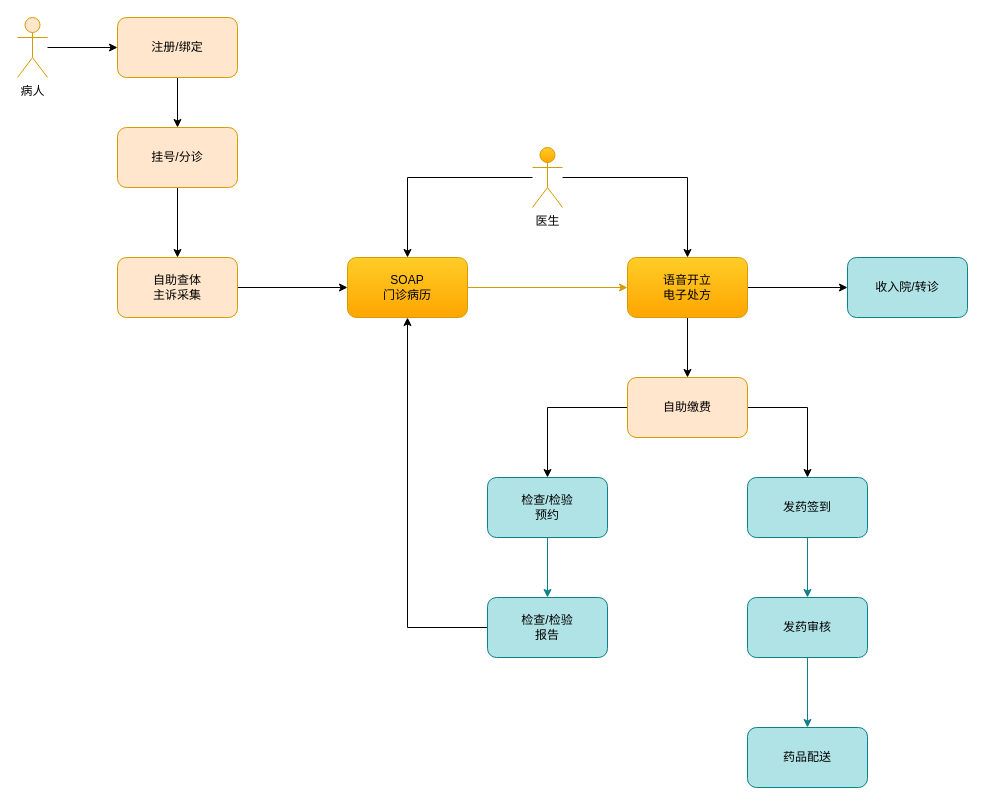
The draw.io diagram page "就诊流程图" (2 of 2) of draws/门诊电子病历互联网医院设计.drawio in hebzhjg/ntl2020, before the edit. Source tidied: cells renumbered, new cells numbered last; positions are measured from the earlier drawing's top-left corner, leaving out a move shared by most shapes. Both pictures are drawn from the tidied source at 100%, with x=0, y=0 at pixel (17, 17).
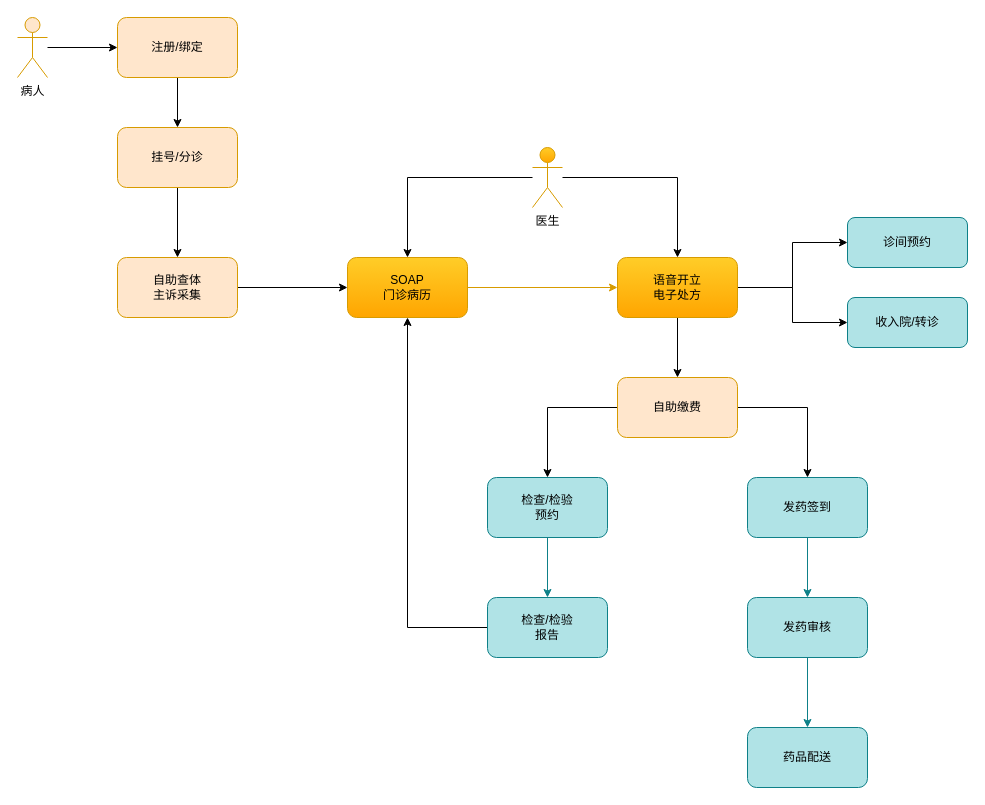
The same diagram, later.

What changed in the source:
```diff
@@
+    <mxCell id="31" style="edgeStyle=orthogonalEdgeStyle;rounded=0;jettySize=auto;html=1;entryX=0;entryY=0.5;entryDx=0;entryDy=0;fontSize=14;" parent="1" edge="1" source="12" target="32">
+      <mxGeometry relative="1" as="geometry" />
+    </mxCell>
     <mxCell id="12" value="语音开立&lt;br&gt;电子处方" style="rounded=1;whiteSpace=wrap;html=1;fillColor=#ffcd28;strokeColor=#d79b00;gradientColor=#ffa500;" parent="1" vertex="1">
-      <mxGeometry x="610" y="240" width="120" height="60" as="geometry" />
+      <mxGeometry x="600" y="240" width="120" height="60" as="geometry" />
     </mxCell>
@@
     <mxCell id="15" value="自助缴费" style="rounded=1;whiteSpace=wrap;html=1;fillColor=#ffe6cc;strokeColor=#d79b00;" parent="1" vertex="1">
-      <mxGeometry x="610" y="360" width="120" height="60" as="geometry" />
+      <mxGeometry x="600" y="360" width="120" height="60" as="geometry" />
     </mxCell>
@@
     <mxCell id="24" value="收入院/转诊" style="rounded=1;whiteSpace=wrap;html=1;fillColor=#b0e3e6;strokeColor=#0e8088;" parent="1" vertex="1">
-      <mxGeometry x="830" y="240" width="120" height="60" as="geometry" />
+      <mxGeometry x="830" y="280" width="120" height="50" as="geometry" />
     </mxCell>
@@
+    <mxCell id="32" value="诊间预约" style="rounded=1;whiteSpace=wrap;html=1;fillColor=#b0e3e6;strokeColor=#0e8088;" parent="1" vertex="1">
+      <mxGeometry x="830" y="200" width="120" height="50" as="geometry" />
+    </mxCell>
```
